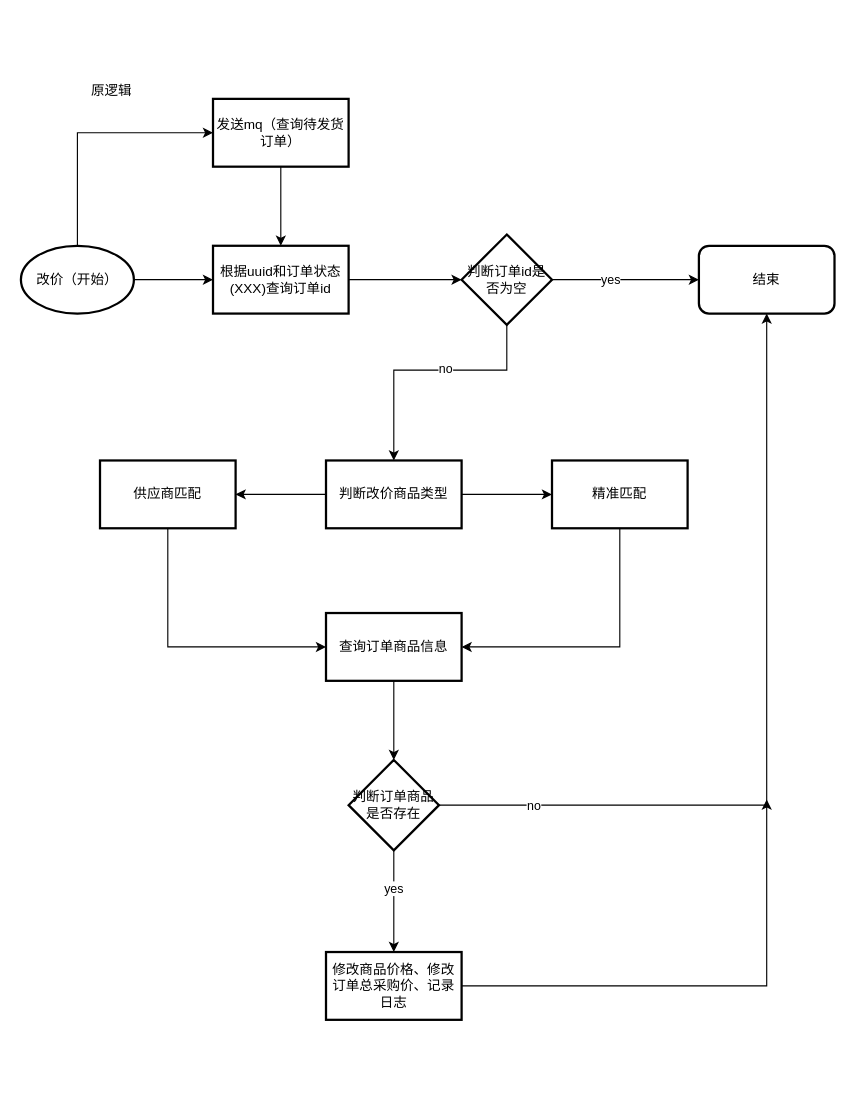
Earlier version of the draw.io diagram 快销改价.drawio (bian0814/draw.io). Source tidied: cells renumbered, new cells numbered last; positions are measured from the earlier drawing's top-left corner, leaving out a move shared by most shapes. Both pictures are drawn from the tidied source at 113%, with x=0, y=0 at pixel (20, 73).
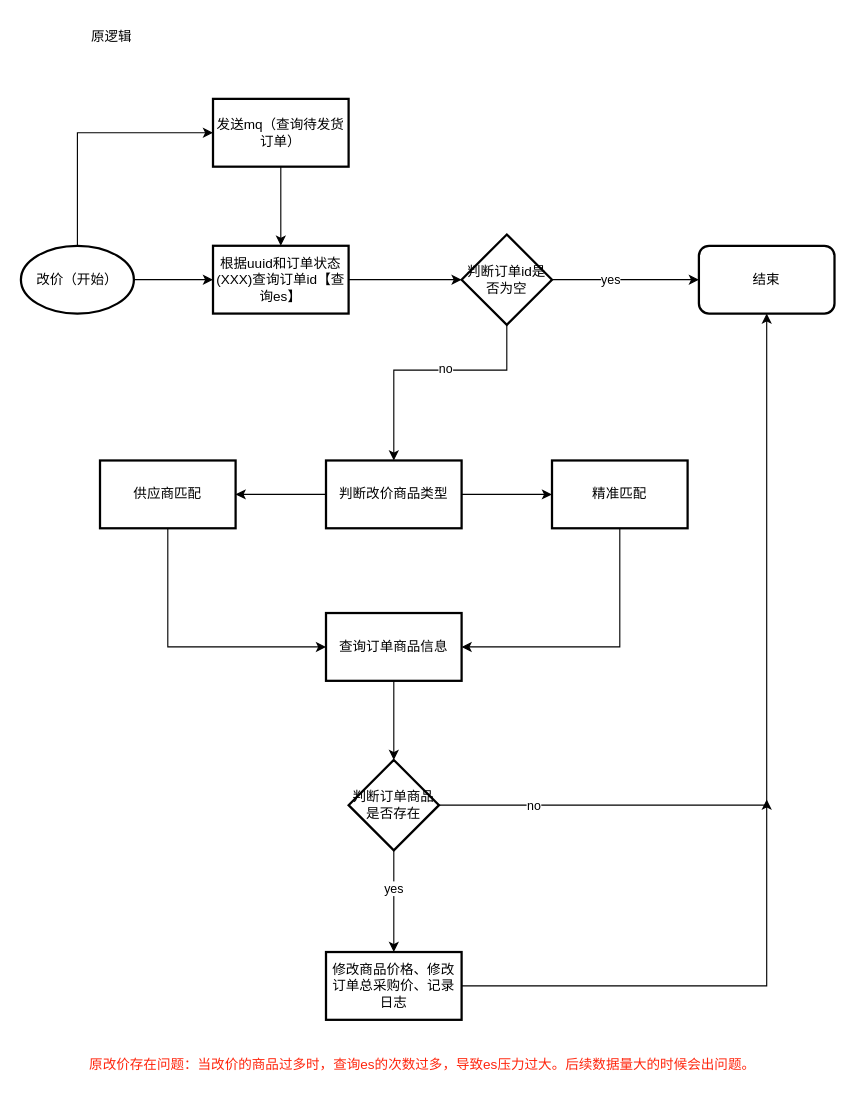
Above is the later version.

Commit message (it also covers changes not shown here):
更新快销改价.drawio

Diff of the diagram source:
```diff
@@
     <mxCell id="2" value="原逻辑" style="text;html=1;align=center;verticalAlign=middle;strokeColor=none;fillColor=none;" parent="1" vertex="1">
-      <mxGeometry x="50" width="60" height="30" as="geometry" />
+      <mxGeometry x="50" y="-48" width="60" height="30" as="geometry" />
     </mxCell>
@@
-    <mxCell id="7" value="根据uuid和订单状态(XXX)查询订单id" style="whiteSpace=wrap;html=1;strokeWidth=2;" parent="1" vertex="1">
+    <mxCell id="7" value="根据uuid和订单状态(XXX)查询订单id【查询es】" style="whiteSpace=wrap;html=1;strokeWidth=2;" parent="1" vertex="1">
       <mxGeometry x="170" y="152" width="120" height="60" as="geometry" />
     </mxCell>
@@
+    <mxCell id="32" value="&lt;font style=&quot;color: rgb(255, 37, 13);&quot;&gt;原改价存在问题：当改价的商品过多时，查询es的次数过多，导致es压力过大。后续数据量大的时候会出问题。&lt;/font&gt;" style="text;html=1;align=center;verticalAlign=middle;strokeColor=none;fillColor=none;" parent="1" vertex="1">
+      <mxGeometry x="50" y="862" width="610" height="30" as="geometry" />
+    </mxCell>
```
